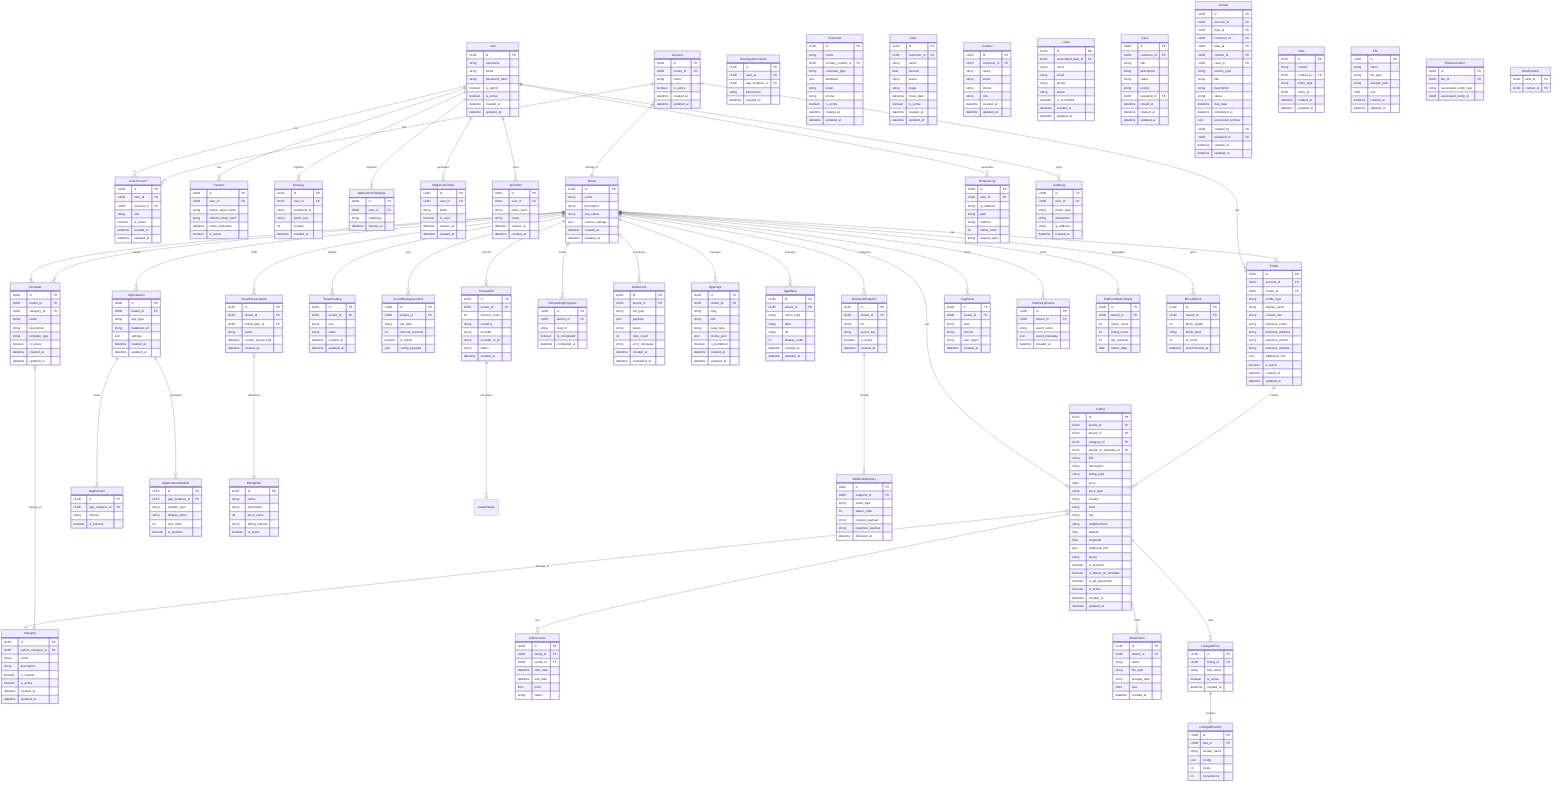
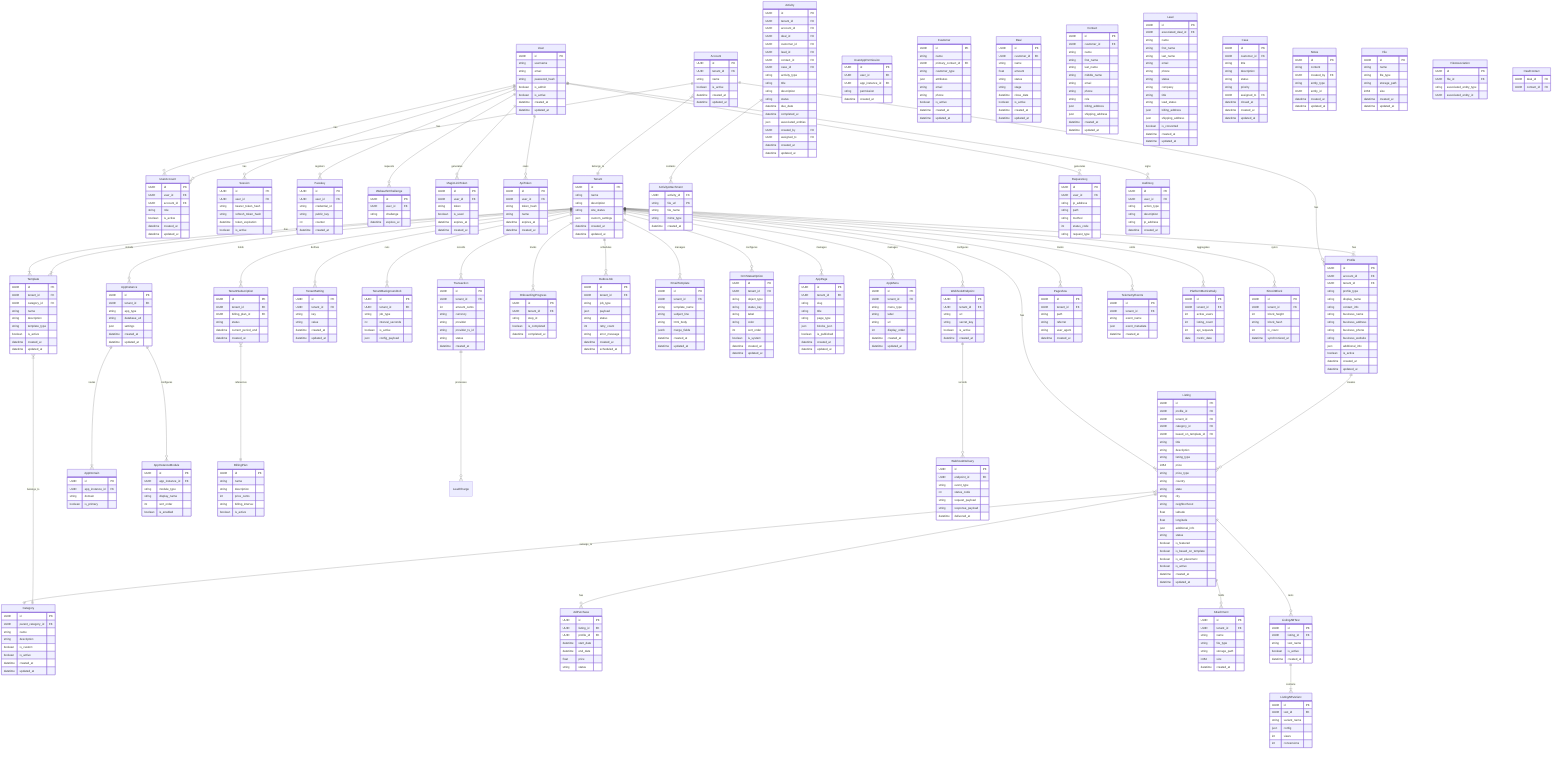
erDiagram
    %% Core Tenancy & Routing
    User ||--o{ UserAccount : has
    User ||--o{ Session : has
    User ||--o{ Passkey : registers
    User ||--o{ WebauthnChallenge : requests
    User ||--o{ MagicLinkToken : generates
    User ||--o{ ApiToken : owns
    Account ||--o{ UserAccount : has
    Account ||--o{ Profile : has
    Account }|--|| Tenant : belongs_to
    Tenant ||--o{ AppInstance : installs
    Tenant ||--|{ Profile : has
    Tenant ||--|{ Listing : has
    Tenant ||--|{ Template : has
    Tenant ||--o{ TenantSetting : defines
    Tenant ||--o{ TenantBackgroundJob : runs
    Tenant ||--o{ TenantSubscription : holds
    Tenant ||--o{ OnboardingProgress : tracks
    Tenant ||--o{ OutboxJob : schedules
    AppInstance ||--|{ AppDomain : routes
    AppInstance ||--o{ AppInstanceModule : configures
+     Tenant ||--o{ EmailTemplate : manages
+     Tenant ||--o{ CrmStatusOption : configures
+     Activity ||--o{ ActivityAttachment : contains

    %% CMS System
    Tenant ||--o{ AppPage : manages
    Tenant ||--o{ AppMenu : manages

    %% Directory & Listings
    Profile ||--o{ Listing : creates
    Listing }|--|| Category : belongs_to
    Listing ||--o{ AdPurchase : has
    Listing ||--o{ Attachment : holds
    Listing ||--o{ ListingABTest : tests
    ListingABTest ||--|{ ListingABVariant : contains
    Template }|--|| Category : belongs_to
    Template }|--|| Tenant : belongs_to

    %% Billing & Ledger
    TenantSubscription }|--|| BillingPlan : references
    Tenant ||--o{ Transaction : records
    Transaction ||--o{ LeadCharge : processes

    %% Webhooks
    Tenant ||--o{ WebhookEndpoint : configures
    WebhookEndpoint ||--o{ WebhookDelivery : records

    %% Telemetry & Search
    User ||--o{ RequestLog : generates
    Tenant ||--o{ PageView : tracks
    Tenant ||--o{ TelemetryEvents : emits
    Tenant ||--o{ PlatformMetricsDaily : aggregates
    User ||--o{ AuditLog : signs

    %% Dynamic Data Sync
    Tenant ||--o{ BitcoinBlock : syncs

    %% ==========================================
    %% Entity Definitions (Alphabetical Order)
    %% ==========================================

    Account {
        UUID id PK
        UUID tenant_id FK
        string name
        boolean is_active
        datetime created_at
        datetime updated_at
    }

    AdPurchase {
        UUID id PK
        UUID listing_id FK
        UUID profile_id FK
        datetime start_date
        datetime end_date
        float price
        string status
    }

    ApiToken {
        UUID id PK
        UUID user_id FK
        string token_hash
        string name
        datetime expires_at
        datetime created_at
    }

    AppDomain {
        UUID id PK
        UUID app_instance_id FK
        string domain
        boolean is_primary
    }

    AppInstance {
        UUID id PK
        UUID tenant_id FK
        string app_type
        string database_url
        json settings
        datetime created_at
        datetime updated_at
    }

    AppInstanceModule {
        UUID id PK
        UUID app_instance_id FK
        string module_type
        string display_name
        int sort_order
        boolean is_enabled
    }

    AppMenu {
        UUID id PK
        UUID tenant_id FK
        string menu_type
        string label
        string url
        int display_order
        datetime created_at
        datetime updated_at
    }

    AppPage {
        UUID id PK
        UUID tenant_id FK
        string slug
        string title
        string page_type
        json blocks_json
        boolean is_published
        datetime created_at
        datetime updated_at
    }

    Attachment {
        UUID id PK
        UUID tenant_id FK
        string name
        string file_type
        string storage_path
        int64 size
        datetime created_at
    }

    AuditLog {
        UUID id PK
        UUID user_id FK
        string action_type
        string description
        string ip_address
        datetime created_at
    }

+     EmailTemplate {
+         UUID id PK
+         UUID tenant_id FK
+         string template_name
+         string subject_line
+         string html_body
+         jsonb merge_fields
+         datetime created_at
+         datetime updated_at
+     }
+ 
    BillingPlan {
        UUID id PK
        string name
        string description
        int price_cents
        string billing_interval
        boolean is_active
    }

    BitcoinBlock {
        UUID id PK
        UUID tenant_id FK
        int block_height
        string block_hash
        int tx_count
        datetime synchronized_at
    }

    Category {
        UUID id PK
        UUID parent_category_id FK
        string name
        string description
        boolean is_custom
        boolean is_active
        datetime created_at
        datetime updated_at
    }

    MagicLinkToken {
        UUID id PK
        UUID user_id FK
        string token
        boolean is_used
        datetime expires_at
        datetime created_at
    }

    OnboardingProgress {
        UUID id PK
        UUID tenant_id FK
        string step_id
        boolean is_completed
        datetime completed_at
    }

    OutboxJob {
        UUID id PK
        UUID tenant_id FK
        string job_type
        json payload
        string status
        int retry_count
        string error_message
        datetime created_at
        datetime scheduled_at
    }

    PageView {
        UUID id PK
        UUID tenant_id FK
        string path
        string referrer
        string user_agent
        datetime created_at
    }

    Passkey {
        UUID id PK
        UUID user_id FK
        string credential_id
        string public_key
        int counter
        datetime created_at
    }

    PlatformMetricsDaily {
        UUID id PK
        UUID tenant_id FK
        int active_users
        int listing_count
        int api_requests
        date metric_date
    }

    Profile {
        UUID id PK
        UUID account_id FK
        UUID tenant_id FK
        string profile_type
        string display_name
        string contact_info
        string business_name
        string business_address
        string business_phone
        string business_website
        json additional_info
        boolean is_active
        datetime created_at
        datetime updated_at
    }

    RequestLog {
        UUID id PK
        UUID user_id FK
        string ip_address
        string path
        string method
        int status_code
        string request_type
    }

    Session {
        UUID id PK
        UUID user_id FK
        string bearer_token_hash
        string refresh_token_hash
        datetime token_expiration
        boolean is_active
    }

    TelemetryEvents {
        UUID id PK
        UUID tenant_id FK
        string event_name
        json event_metadata
        datetime created_at
    }

    Template {
        UUID id PK
        UUID tenant_id FK
        UUID category_id FK
        string name
        string description
        string template_type
        boolean is_active
        datetime created_at
        datetime updated_at
    }

    Tenant {
        UUID id PK
        string name
        string description
        string site_status
        json custom_settings
        datetime created_at
        datetime updated_at
    }

    TenantBackgroundJob {
        UUID id PK
        UUID tenant_id FK
        string job_type
        int interval_seconds
        boolean is_active
        json config_payload
    }

    TenantSetting {
        UUID id PK
        UUID tenant_id FK
        string key
        string value
        datetime created_at
        datetime updated_at
    }

    TenantSubscription {
        UUID id PK
        UUID tenant_id FK
        UUID billing_plan_id FK
        string status
        datetime current_period_end
        datetime created_at
    }

    Transaction {
        UUID id PK
        UUID tenant_id FK
        int amount_cents
        string currency
        string provider
        string provider_tx_id
        string status
        datetime created_at
    }

    User {
        UUID id PK
        string username
        string email
        string password_hash
        boolean is_admin
        boolean is_active
        datetime created_at
        datetime updated_at
    }

    UserAccount {
        UUID id PK
        UUID user_id FK
        UUID account_id FK
        string role
        boolean is_active
        datetime created_at
        datetime updated_at
    }

    UserAppPermission {
        UUID id PK
        UUID user_id FK
        UUID app_instance_id FK
        string permission
        datetime created_at
    }

    WebauthnChallenge {
        UUID id PK
        UUID user_id FK
        string challenge
        datetime expires_at
    }

    WebhookDelivery {
        UUID id PK
        UUID endpoint_id FK
        string event_type
        int status_code
        string request_payload
        string response_payload
        datetime delivered_at
    }

    WebhookEndpoint {
        UUID id PK
        UUID tenant_id FK
        string url
        string secret_key
        boolean is_active
        datetime created_at
    }

    %% ==========================================
    %% CRM Entities (Integrated Sub-domain)
    %% ==========================================

    Customer {
        UUID id PK
        string name
        UUID primary_contact_id FK
        string customer_type
        json attributes
        string email
        string phone
        boolean is_active
        datetime created_at
        datetime updated_at
    }

    Deal {
        UUID id PK
        UUID customer_id FK
        string name
        float amount
        string status
        string stage
        datetime close_date
        boolean is_active
        datetime created_at
        datetime updated_at
    }

+     CrmStatusOption {
+         UUID id PK
+         UUID tenant_id FK
+         string object_type
+         string status_key
+         string label
+         string color
+         int sort_order
+         boolean is_system
+         datetime created_at
+         datetime updated_at
+     }
+ 
    Contact {
        UUID id PK
        UUID customer_id FK
        string name
+         string first_name
+         string last_name
+         string middle_name
        string email
        string phone
        string role
+         json billing_address
+         json shipping_address
        datetime created_at
        datetime updated_at
    }

    Lead {
        UUID id PK
        UUID associated_deal_id FK
        string name
+         string first_name
+         string last_name
        string email
        string phone
        string status
+         string company
+         string title
+         string lead_status
+         json billing_address
+         json shipping_address
        boolean is_converted
        datetime created_at
        datetime updated_at
    }

    Case {
        UUID id PK
        UUID customer_id FK
        string title
        string description
        string status
        string priority
        UUID assigned_to FK
        datetime closed_at
        datetime created_at
        datetime updated_at
    }

    Activity {
        UUID id PK
+         UUID tenant_id FK
        UUID account_id FK
        UUID deal_id FK
        UUID customer_id FK
        UUID lead_id FK
        UUID contact_id FK
        UUID case_id FK
        string activity_type
        string title
        string description
        string status
        datetime due_date
        datetime completed_at
        json associated_entities
        UUID created_by FK
        UUID assigned_to FK
        datetime created_at
        datetime updated_at
    }

-     Note {
+     ActivityAttachment {
+         UUID activity_id FK
+         string file_url PK
+         string file_name
+         string mime_type
+         datetime created_at
+     }
+ 
+     Notes {
        UUID id PK
        string content
        UUID created_by FK
        string entity_type
        UUID entity_id
        datetime created_at
        datetime updated_at
    }

    File {
        UUID id PK
        string name
        string file_type
        string storage_path
        int64 size
        datetime created_at
        datetime updated_at
    }

    FileAssociation {
        UUID id PK
        UUID file_id FK
        string associated_entity_type
        UUID associated_entity_id
    }

    DealContact {
        UUID deal_id FK
        UUID contact_id FK
    }

    Listing {
        UUID id PK
        UUID profile_id FK
        UUID tenant_id FK
        UUID category_id FK
        UUID based_on_template_id FK
        string title
        string description
        string listing_type
        int64 price
        string price_type
        string country
        string state
        string city
        string neighborhood
        float latitude
        float longitude
        json additional_info
        string status
        boolean is_featured
        boolean is_based_on_template
        boolean is_ad_placement
        boolean is_active
        datetime created_at
        datetime updated_at
    }

    ListingABTest {
        UUID id PK
        UUID listing_id FK
        string test_name
        boolean is_active
        datetime created_at
    }

    ListingABVariant {
        UUID id PK
        UUID test_id FK
        string variant_name
        json config
        int views
        int conversions
    }
